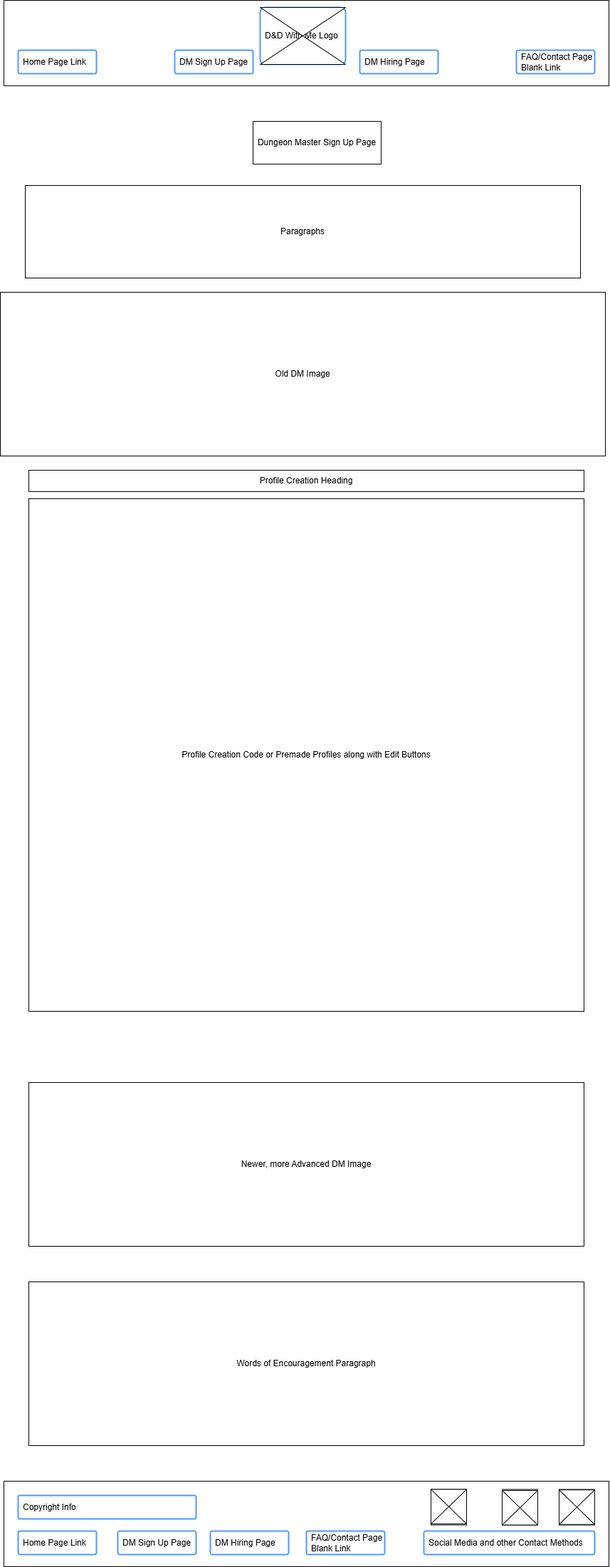
The draw.io diagram d&d-with-me/images/home-page-wireframe.png in C0ding4l1fe/wwd, before a commit. Source tidied: cells renumbered, new cells last; positions are measured from the earlier drawing's top-left corner, leaving out a move shared by most shapes. The source it was exported from:
```xml
<mxGraphModel>
  <root>
    <mxCell id="0" />
    <mxCell id="1" parent="0" />
    <mxCell id="2" style="rounded=0;whiteSpace=wrap;html=1;" parent="1" vertex="1">
      <mxGeometry x="370" y="10" width="120" height="60" as="geometry" />
    </mxCell>
    <mxCell id="3" style="rounded=0;whiteSpace=wrap;html=1;" parent="1" vertex="1">
      <mxGeometry x="5" width="850" height="120" as="geometry" />
    </mxCell>
    <mxCell id="4" value="Home Page Link&lt;span style=&quot;color: rgba(0, 0, 0, 0); font-family: monospace; font-size: 0px;&quot;&gt;%3CmxGraphModel%3E%3Croot%3E%3CmxCell%20id%3D%220%22%2F%3E%3CmxCell%20id%3D%221%22%20parent%3D%220%22%2F%3E%3CmxCell%20id%3D%222%22%20value%3D%22D%26amp%3Bamp%3BD%20With%20Me%22%20style%3D%22rounded%3D1%3BarcSize%3D9%3Balign%3Dleft%3BspacingLeft%3D5%3BstrokeColor%3D%234C9AFF%3Bhtml%3D1%3BstrokeWidth%3D2%3BfontSize%3D12%22%20vertex%3D%221%22%20parent%3D%221%22%3E%3CmxGeometry%20x%3D%22370%22%20y%3D%2220%22%20width%3D%2290%22%20height%3D%2233%22%20as%3D%22geometry%22%2F%3E%3C%2FmxCell%3E%3C%2Froot%3E%3C%2FmxGraphModel%3E&lt;/span&gt;" style="rounded=1;arcSize=9;align=left;spacingLeft=5;strokeColor=#4C9AFF;html=1;strokeWidth=2;fontSize=12;" parent="1" vertex="1">
      <mxGeometry x="25" y="70" width="110" height="33" as="geometry" />
    </mxCell>
    <mxCell id="5" value="DM Sign Up Page" style="rounded=1;arcSize=9;align=left;spacingLeft=5;strokeColor=#4C9AFF;html=1;strokeWidth=2;fontSize=12;" parent="1" vertex="1">
      <mxGeometry x="245" y="70" width="110" height="33" as="geometry" />
    </mxCell>
    <mxCell id="6" value="DM Hiring Page" style="rounded=1;arcSize=9;align=left;spacingLeft=5;strokeColor=#4C9AFF;html=1;strokeWidth=2;fontSize=12;" parent="1" vertex="1">
      <mxGeometry x="505" y="70" width="110" height="33" as="geometry" />
    </mxCell>
    <mxCell id="7" value="FAQ/Contact Page&lt;div&gt;Blank Link&lt;/div&gt;" style="rounded=1;arcSize=9;align=left;spacingLeft=5;strokeColor=#4C9AFF;html=1;strokeWidth=2;fontSize=12;" parent="1" vertex="1">
      <mxGeometry x="725" y="70" width="110" height="33" as="geometry" />
    </mxCell>
    <mxCell id="8" style="rounded=0;whiteSpace=wrap;html=1;" parent="1" vertex="1">
      <mxGeometry x="5" y="2080" width="850" height="120" as="geometry" />
    </mxCell>
    <mxCell id="9" value="Home Page Link&lt;span style=&quot;color: rgba(0, 0, 0, 0); font-family: monospace; font-size: 0px;&quot;&gt;%3CmxGraphModel%3E%3Croot%3E%3CmxCell%20id%3D%220%22%2F%3E%3CmxCell%20id%3D%221%22%20parent%3D%220%22%2F%3E%3CmxCell%20id%3D%222%22%20value%3D%22D%26amp%3Bamp%3BD%20With%20Me%22%20style%3D%22rounded%3D1%3BarcSize%3D9%3Balign%3Dleft%3BspacingLeft%3D5%3BstrokeColor%3D%234C9AFF%3Bhtml%3D1%3BstrokeWidth%3D2%3BfontSize%3D12%22%20vertex%3D%221%22%20parent%3D%221%22%3E%3CmxGeometry%20x%3D%22370%22%20y%3D%2220%22%20width%3D%2290%22%20height%3D%2233%22%20as%3D%22geometry%22%2F%3E%3C%2FmxCell%3E%3C%2Froot%3E%3C%2FmxGraphModel%3E&lt;/span&gt;" style="rounded=1;arcSize=9;align=left;spacingLeft=5;strokeColor=#4C9AFF;html=1;strokeWidth=2;fontSize=12;" parent="1" vertex="1">
      <mxGeometry x="25" y="2150" width="110" height="33" as="geometry" />
    </mxCell>
    <mxCell id="10" value="DM Sign Up Page" style="rounded=1;arcSize=9;align=left;spacingLeft=5;strokeColor=#4C9AFF;html=1;strokeWidth=2;fontSize=12;" parent="1" vertex="1">
      <mxGeometry x="165" y="2150" width="110" height="33" as="geometry" />
    </mxCell>
    <mxCell id="11" value="DM Hiring Page" style="rounded=1;arcSize=9;align=left;spacingLeft=5;strokeColor=#4C9AFF;html=1;strokeWidth=2;fontSize=12;" parent="1" vertex="1">
      <mxGeometry x="295" y="2150" width="110" height="33" as="geometry" />
    </mxCell>
    <mxCell id="12" value="FAQ/Contact Page&lt;div&gt;Blank Link&lt;/div&gt;" style="rounded=1;arcSize=9;align=left;spacingLeft=5;strokeColor=#4C9AFF;html=1;strokeWidth=2;fontSize=12;" parent="1" vertex="1">
      <mxGeometry x="430" y="2150" width="110" height="33" as="geometry" />
    </mxCell>
    <mxCell id="13" value="Copyright Info" style="rounded=1;arcSize=9;align=left;spacingLeft=5;strokeColor=#4C9AFF;html=1;strokeWidth=2;fontSize=12;" parent="1" vertex="1">
      <mxGeometry x="25" y="2100" width="250" height="33" as="geometry" />
    </mxCell>
    <mxCell id="14" value="Social Media and other Contact Methods" style="rounded=1;arcSize=9;align=left;spacingLeft=5;strokeColor=#4C9AFF;html=1;strokeWidth=2;fontSize=12;" parent="1" vertex="1">
      <mxGeometry x="595" y="2150" width="240" height="33" as="geometry" />
    </mxCell>
    <mxCell id="15" style="whiteSpace=wrap;html=1;" parent="1" vertex="1">
      <mxGeometry x="605" y="2091.5" width="50" height="50" as="geometry" />
    </mxCell>
    <mxCell id="16" style="whiteSpace=wrap;html=1;" parent="1" vertex="1">
      <mxGeometry x="705" y="2091.5" width="50" height="50" as="geometry" />
    </mxCell>
    <mxCell id="17" style="whiteSpace=wrap;html=1;" parent="1" vertex="1">
      <mxGeometry x="785" y="2091.5" width="50" height="50" as="geometry" />
    </mxCell>
    <mxCell id="18" style="shape=collate;whiteSpace=wrap;html=1;" parent="1" vertex="1">
      <mxGeometry x="605" y="2091.5" width="50" height="48.5" as="geometry" />
    </mxCell>
    <mxCell id="19" style="shape=collate;whiteSpace=wrap;html=1;" parent="1" vertex="1">
      <mxGeometry x="705" y="2093" width="50" height="48.5" as="geometry" />
    </mxCell>
    <mxCell id="20" style="shape=collate;whiteSpace=wrap;html=1;" parent="1" vertex="1">
      <mxGeometry x="785" y="2092.2" width="50" height="48.5" as="geometry" />
    </mxCell>
    <mxCell id="21" value="D&amp;amp;D With Me Logo" style="rounded=1;arcSize=9;align=left;spacingLeft=5;strokeColor=#4C9AFF;html=1;strokeWidth=2;fontSize=12;" parent="1" vertex="1">
      <mxGeometry x="365" y="10" width="120" height="80" as="geometry" />
    </mxCell>
    <mxCell id="22" value="Dungeon Master Sign Up Page" style="rounded=0;whiteSpace=wrap;html=1;" parent="1" vertex="1">
      <mxGeometry x="355" y="170" width="180" height="60" as="geometry" />
    </mxCell>
    <mxCell id="23" value="Paragraphs" style="rounded=0;whiteSpace=wrap;html=1;" parent="1" vertex="1">
      <mxGeometry x="35" y="260" width="780" height="130" as="geometry" />
    </mxCell>
    <mxCell id="24" style="shape=collate;whiteSpace=wrap;html=1;" parent="1" vertex="1">
      <mxGeometry x="365" y="10" width="120" height="80" as="geometry" />
    </mxCell>
    <mxCell id="25" value="Profile Creation Code or Premade Profiles along with Edit Buttons" style="rounded=0;whiteSpace=wrap;html=1;" parent="1" vertex="1">
      <mxGeometry x="40" y="700" width="780" height="720" as="geometry" />
    </mxCell>
    <mxCell id="26" value="Profile Creation Heading" style="rounded=0;whiteSpace=wrap;html=1;" parent="1" vertex="1">
      <mxGeometry x="40" y="660" width="780" height="30" as="geometry" />
    </mxCell>
    <mxCell id="27" value="Newer, more Advanced DM Image" style="rounded=0;whiteSpace=wrap;html=1;" parent="1" vertex="1">
      <mxGeometry x="40" y="1520" width="780" height="230" as="geometry" />
    </mxCell>
    <mxCell id="28" value="Words of Encouragement Paragraph" style="rounded=0;whiteSpace=wrap;html=1;" parent="1" vertex="1">
      <mxGeometry x="40" y="1800" width="780" height="230" as="geometry" />
    </mxCell>
    <mxCell id="29" value="Old DM Image" style="rounded=0;whiteSpace=wrap;html=1;" parent="1" vertex="1">
      <mxGeometry y="410" width="850" height="230" as="geometry" />
    </mxCell>
  </root>
</mxGraphModel>
```
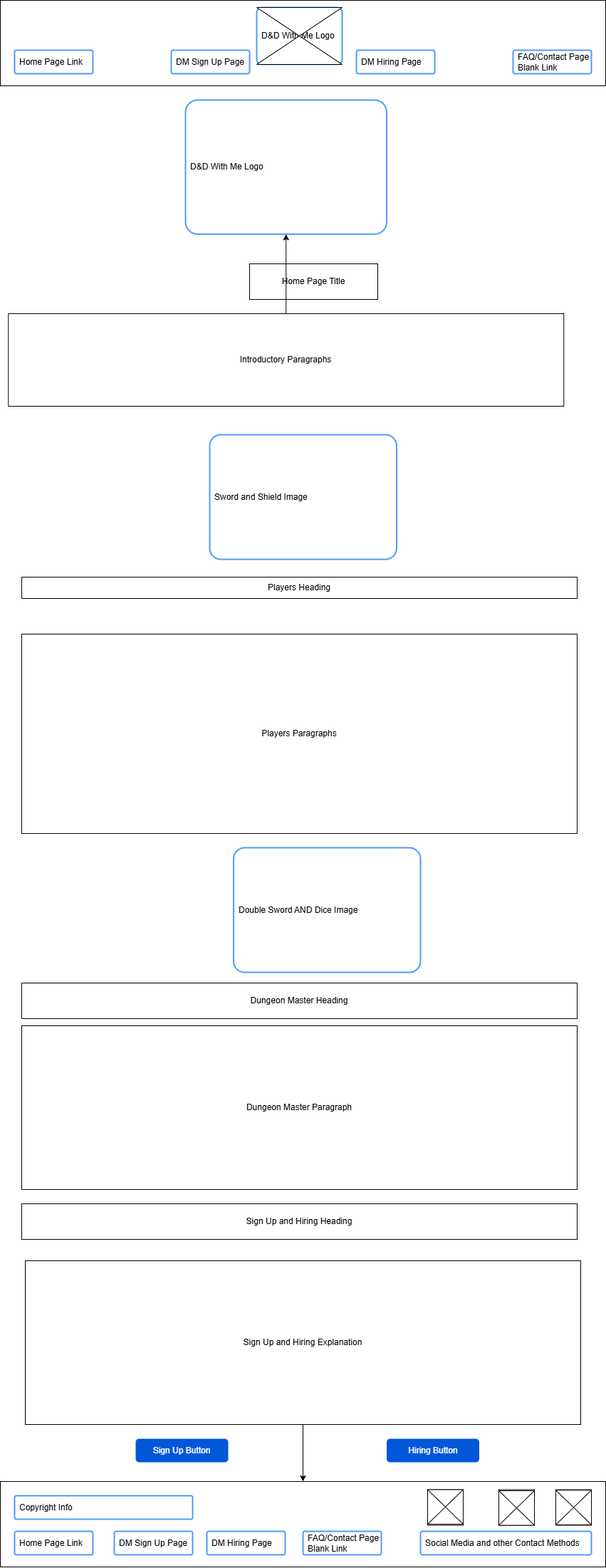
The same file after the commit.

Diff of the diagram source:
```diff
@@ -62,29 +62,53 @@
     <mxCell id="21" value="D&amp;amp;D With Me Logo" style="rounded=1;arcSize=9;align=left;spacingLeft=5;strokeColor=#4C9AFF;html=1;strokeWidth=2;fontSize=12;" parent="1" vertex="1">
       <mxGeometry x="365" y="10" width="120" height="80" as="geometry" />
     </mxCell>
-    <mxCell id="22" value="Dungeon Master Sign Up Page" style="rounded=0;whiteSpace=wrap;html=1;" parent="1" vertex="1">
-      <mxGeometry x="355" y="170" width="180" height="60" as="geometry" />
+    <mxCell id="22" value="Home Page Title" style="rounded=0;whiteSpace=wrap;html=1;" parent="1" vertex="1">
+      <mxGeometry x="355" y="370" width="180" height="50" as="geometry" />
     </mxCell>
+    <mxCell id="30" style="edgeStyle=orthogonalEdgeStyle;rounded=0;jettySize=auto;html=1;" parent="1" edge="1" source="23" target="32">
+      <mxGeometry relative="1" as="geometry" />
+    </mxCell>
-    <mxCell id="23" value="Paragraphs" style="rounded=0;whiteSpace=wrap;html=1;" parent="1" vertex="1">
-      <mxGeometry x="35" y="260" width="780" height="130" as="geometry" />
+    <mxCell id="23" value="Introductory Paragraphs" style="rounded=0;whiteSpace=wrap;html=1;" parent="1" vertex="1">
+      <mxGeometry x="16.2" y="440" width="780" height="130" as="geometry" />
     </mxCell>
     <mxCell id="24" style="shape=collate;whiteSpace=wrap;html=1;" parent="1" vertex="1">
       <mxGeometry x="365" y="10" width="120" height="80" as="geometry" />
     </mxCell>
-    <mxCell id="25" value="Profile Creation Code or Premade Profiles along with Edit Buttons" style="rounded=0;whiteSpace=wrap;html=1;" parent="1" vertex="1">
-      <mxGeometry x="40" y="700" width="780" height="720" as="geometry" />
+    <mxCell id="25" value="Players Paragraphs" style="rounded=0;whiteSpace=wrap;html=1;" parent="1" vertex="1">
+      <mxGeometry x="35" y="890" width="780" height="280" as="geometry" />
     </mxCell>
-    <mxCell id="26" value="Profile Creation Heading" style="rounded=0;whiteSpace=wrap;html=1;" parent="1" vertex="1">
-      <mxGeometry x="40" y="660" width="780" height="30" as="geometry" />
+    <mxCell id="26" value="Players Heading" style="rounded=0;whiteSpace=wrap;html=1;" parent="1" vertex="1">
+      <mxGeometry x="35" y="810" width="780" height="30" as="geometry" />
     </mxCell>
-    <mxCell id="27" value="Newer, more Advanced DM Image" style="rounded=0;whiteSpace=wrap;html=1;" parent="1" vertex="1">
-      <mxGeometry x="40" y="1520" width="780" height="230" as="geometry" />
+    <mxCell id="27" value="Dungeon Master Paragraph" style="rounded=0;whiteSpace=wrap;html=1;" parent="1" vertex="1">
+      <mxGeometry x="35" y="1440" width="780" height="230" as="geometry" />
     </mxCell>
+    <mxCell id="31" style="edgeStyle=orthogonalEdgeStyle;rounded=0;jettySize=auto;html=1;" parent="1" edge="1" source="28" target="8">
+      <mxGeometry relative="1" as="geometry" />
+    </mxCell>
-    <mxCell id="28" value="Words of Encouragement Paragraph" style="rounded=0;whiteSpace=wrap;html=1;" parent="1" vertex="1">
-      <mxGeometry x="40" y="1800" width="780" height="230" as="geometry" />
+    <mxCell id="28" value="Sign Up and Hiring Explanation&lt;span style=&quot;color: rgba(0, 0, 0, 0); font-family: monospace; font-size: 0px; text-align: start; text-wrap-mode: nowrap;&quot;&gt;%3CmxGraphModel%3E%3Croot%3E%3CmxCell%20id%3D%220%22%2F%3E%3CmxCell%20id%3D%221%22%20parent%3D%220%22%2F%3E%3CmxCell%20id%3D%222%22%20value%3D%22Words%20of%20Encouragement%20Paragraph%22%20style%3D%22rounded%3D0%3BwhiteSpace%3Dwrap%3Bhtml%3D1%3B%22%20vertex%3D%221%22%20parent%3D%221%22%3E%3CmxGeometry%20x%3D%2230%22%20y%3D%221720%22%20width%3D%22780%22%20height%3D%22230%22%20as%3D%22geometry%22%2F%3E%3C%2FmxCell%3E%3C%2Froot%3E%3C%2FmxGraphModel%3E&lt;/span&gt;" style="rounded=0;whiteSpace=wrap;html=1;" parent="1" vertex="1">
+      <mxGeometry x="40" y="1770" width="780" height="230" as="geometry" />
     </mxCell>
-    <mxCell id="29" value="Old DM Image" style="rounded=0;whiteSpace=wrap;html=1;" parent="1" vertex="1">
-      <mxGeometry y="410" width="850" height="230" as="geometry" />
-    </mxCell>
+    <mxCell id="32" value="D&amp;amp;D With Me Logo" style="rounded=1;arcSize=9;align=left;spacingLeft=5;strokeColor=#4C9AFF;html=1;strokeWidth=2;fontSize=12;" parent="1" vertex="1">
+      <mxGeometry x="265" y="140" width="282.5" height="188.3" as="geometry" />
+    </mxCell>
+    <mxCell id="33" value="Sword and Shield Image" style="rounded=1;arcSize=9;align=left;spacingLeft=5;strokeColor=#4C9AFF;html=1;strokeWidth=2;fontSize=12;" parent="1" vertex="1">
+      <mxGeometry x="299" y="610" width="262.5" height="175" as="geometry" />
+    </mxCell>
+    <mxCell id="34" value="Double Sword AND Dice Image" style="rounded=1;arcSize=9;align=left;spacingLeft=5;strokeColor=#4C9AFF;html=1;strokeWidth=2;fontSize=12;" parent="1" vertex="1">
+      <mxGeometry x="332.5" y="1190" width="262.5" height="175" as="geometry" />
+    </mxCell>
+    <mxCell id="35" value="Dungeon Master Heading" style="rounded=0;whiteSpace=wrap;html=1;" parent="1" vertex="1">
+      <mxGeometry x="35" y="1380" width="780" height="50" as="geometry" />
+    </mxCell>
+    <mxCell id="36" value="Sign Up and Hiring Heading&lt;span style=&quot;color: rgba(0, 0, 0, 0); font-family: monospace; font-size: 0px; text-align: start; text-wrap-mode: nowrap;&quot;&gt;%3CmxGraphModel%3E%3Croot%3E%3CmxCell%20id%3D%220%22%2F%3E%3CmxCell%20id%3D%221%22%20parent%3D%220%22%2F%3E%3CmxCell%20id%3D%222%22%20value%3D%22Words%20of%20Encouragement%20Paragraph%22%20style%3D%22rounded%3D0%3BwhiteSpace%3Dwrap%3Bhtml%3D1%3B%22%20vertex%3D%221%22%20parent%3D%221%22%3E%3CmxGeometry%20x%3D%2230%22%20y%3D%221720%22%20width%3D%22780%22%20height%3D%22230%22%20as%3D%22geometry%22%2F%3E%3C%2FmxCell%3E%3C%2Froot%3E%3C%2FmxGraphModel%3E&lt;/span&gt;" style="rounded=0;whiteSpace=wrap;html=1;" parent="1" vertex="1">
+      <mxGeometry x="35" y="1690" width="780" height="50" as="geometry" />
+    </mxCell>
+    <mxCell id="37" value="Sign Up Button&lt;span style=&quot;color: rgba(0, 0, 0, 0); font-family: monospace; font-size: 0px; text-align: start; text-wrap-mode: nowrap;&quot;&gt;%3CmxGraphModel%3E%3Croot%3E%3CmxCell%20id%3D%220%22%2F%3E%3CmxCell%20id%3D%221%22%20parent%3D%220%22%2F%3E%3CmxCell%20id%3D%222%22%20value%3D%22Sign%20Up%20and%20Hiring%20Explanation%26lt%3Bspan%20style%3D%26quot%3Bcolor%3A%20rgba(0%2C%200%2C%200%2C%200)%3B%20font-family%3A%20monospace%3B%20font-size%3A%200px%3B%20text-align%3A%20start%3B%20text-wrap-mode%3A%20nowrap%3B%26quot%3B%26gt%3B%253CmxGraphModel%253E%253Croot%253E%253CmxCell%2520id%253D%25220%2522%252F%253E%253CmxCell%2520id%253D%25221%2522%2520parent%253D%25220%2522%252F%253E%253CmxCell%2520id%253D%25222%2522%2520value%253D%2522Words%2520of%2520Encouragement%2520Paragraph%2522%2520style%253D%2522rounded%253D0%253BwhiteSpace%253Dwrap%253Bhtml%253D1%253B%2522%2520vertex%253D%25221%2522%2520parent%253D%25221%2522%253E%253CmxGeometry%2520x%253D%252230%2522%2520y%253D%25221720%2522%2520width%253D%2522780%2522%2520height%253D%2522230%2522%2520as%253D%2522geometry%2522%252F%253E%253C%252FmxCell%253E%253C%252Froot%253E%253C%252FmxGraphModel%253E%26lt%3B%2Fspan%26gt%3B%22%20style%3D%22rounded%3D0%3BwhiteSpace%3Dwrap%3Bhtml%3D1%3B%22%20vertex%3D%221%22%20parent%3D%221%22%3E%3CmxGeometry%20x%3D%2230%22%20y%3D%221720%22%20width%3D%22780%22%20height%3D%22230%22%20as%3D%22geometry%22%2F%3E%3C%2FmxCell%3E%3C%2Froot%3E%3C%2FmxGraphModel%3E&lt;/span&gt;" style="rounded=1;fillColor=#0057D8;strokeColor=none;html=1;whiteSpace=wrap;fontColor=#ffffff;align=center;verticalAlign=middle;fontStyle=0;fontSize=12;sketch=0;" parent="1" vertex="1">
+      <mxGeometry x="195" y="2020" width="130" height="33" as="geometry" />
+    </mxCell>
+    <mxCell id="38" value="Hiring Button" style="rounded=1;fillColor=#0057D8;strokeColor=none;html=1;whiteSpace=wrap;fontColor=#ffffff;align=center;verticalAlign=middle;fontStyle=0;fontSize=12;sketch=0;" parent="1" vertex="1">
+      <mxGeometry x="547.5" y="2020" width="130" height="33" as="geometry" />
+    </mxCell>
   </root>
 </mxGraphModel>
```
